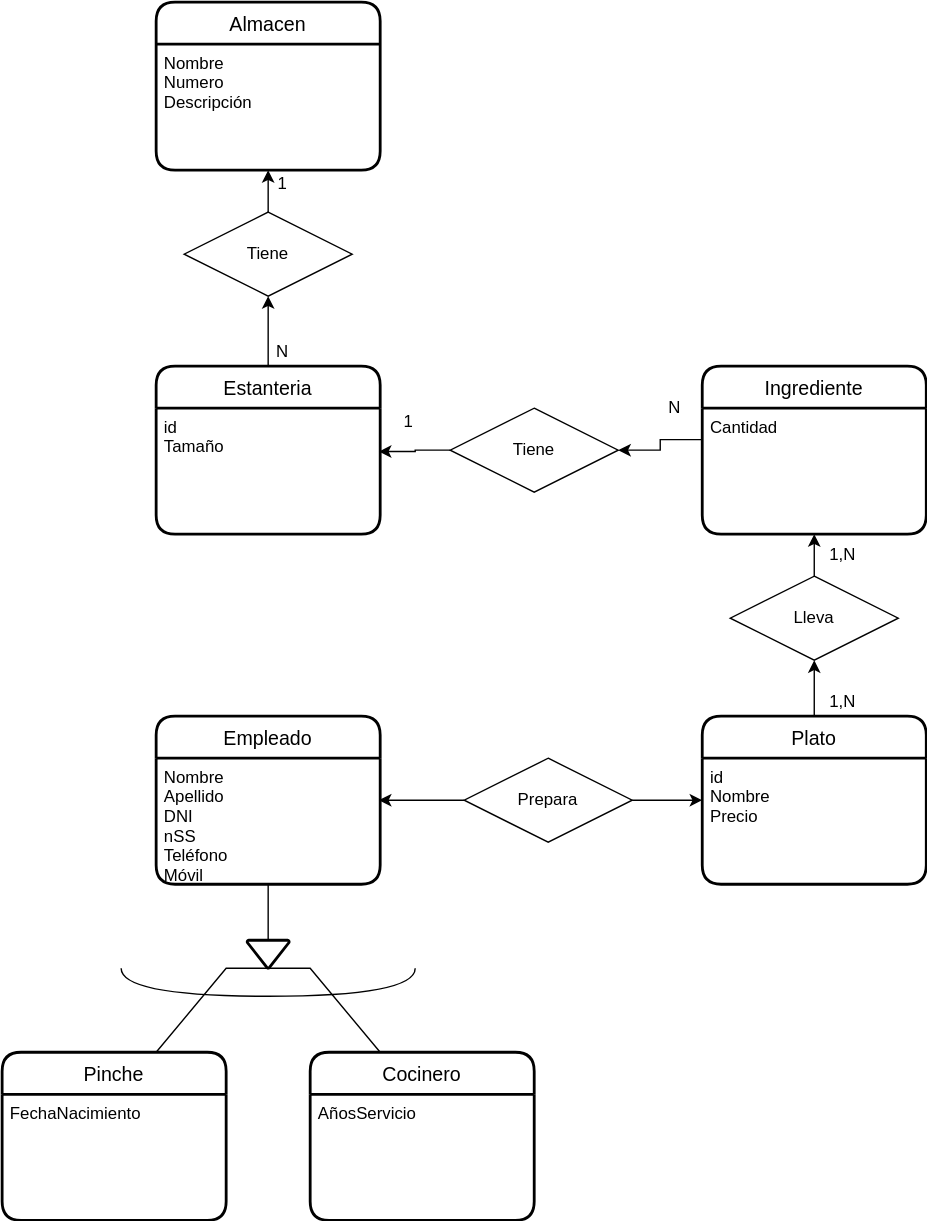
Jimxx22/C3-UD11-UML keeps this draw.io diagram as UD12-13.svg. Above is the earlier version. Source tidied: cells renumbered, new cells last; positions are measured from the earlier drawing's top-left corner, leaving out a move shared by most shapes.
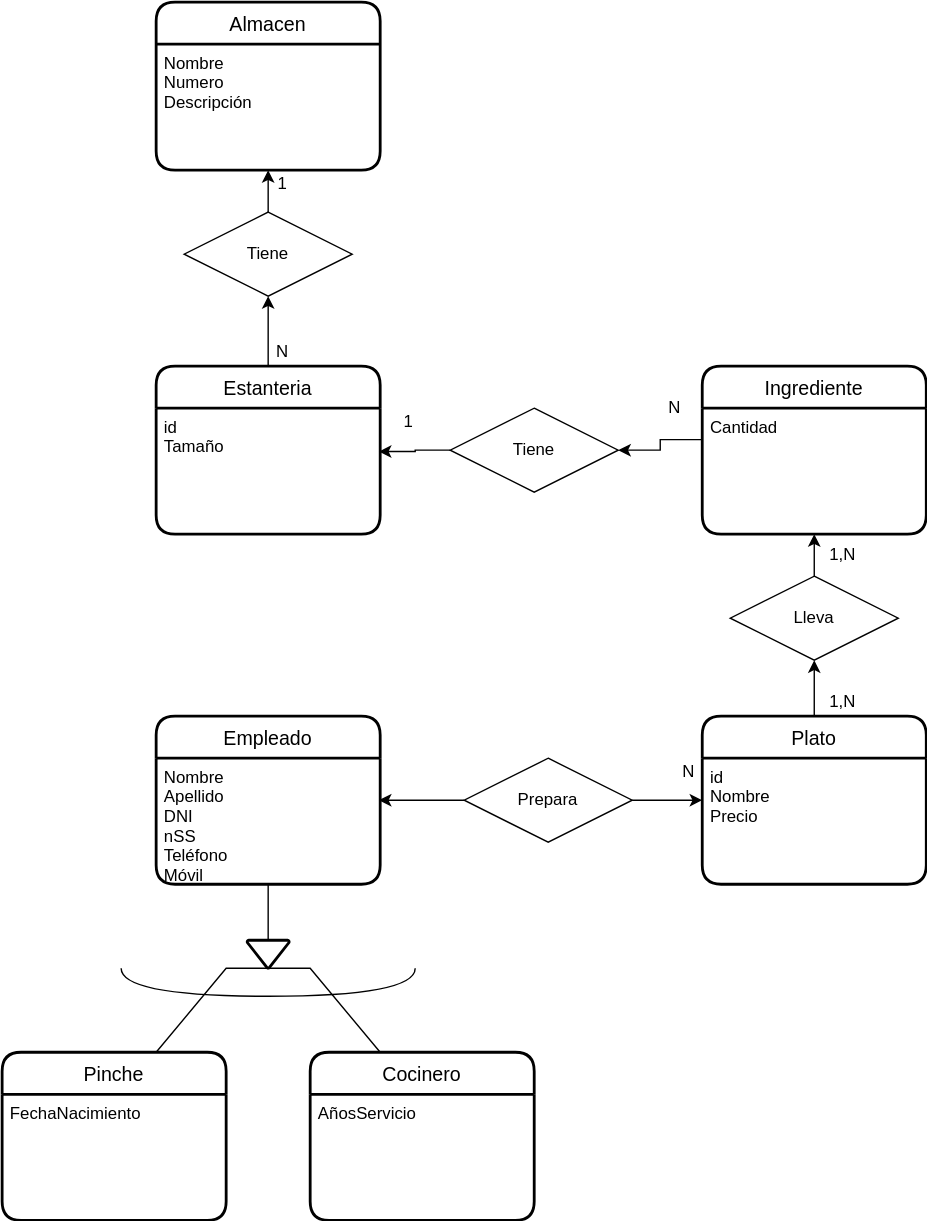
The same file after the commit.

The edit, as a diff of the source:
```diff
@@ -113,5 +113,8 @@
     <mxCell id="38" value="1,N" style="text;html=1;align=center;verticalAlign=middle;strokeColor=none;fillColor=none;" parent="1" vertex="1">
       <mxGeometry x="580" y="380" width="40" height="30" as="geometry" />
     </mxCell>
+    <mxCell id="39" value="N" style="text;html=1;align=center;verticalAlign=middle;strokeColor=none;fillColor=none;" parent="1" vertex="1">
+      <mxGeometry x="475" y="535" width="30" height="30" as="geometry" />
+    </mxCell>
   </root>
 </mxGraphModel>
```
